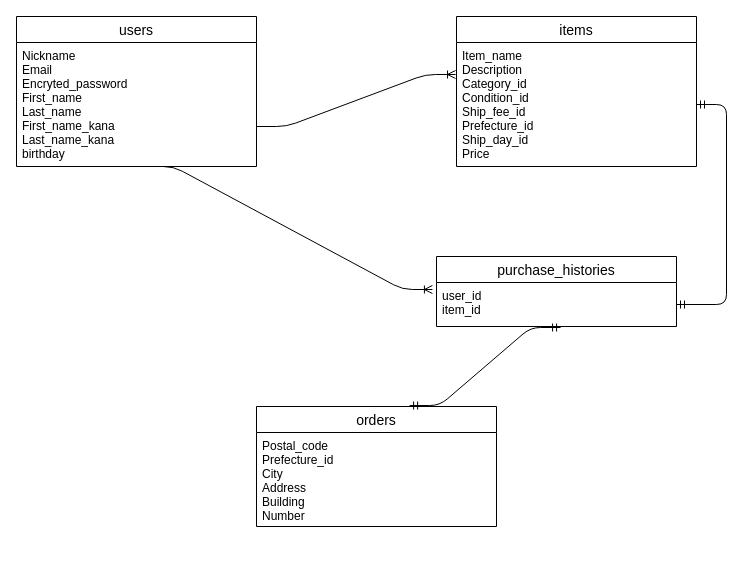
ogguraaaaa/furima-36552 keeps this draw.io diagram as ER図.dio. Above is the earlier version. Source tidied: cells renumbered, new cells numbered last; positions are measured from the earlier drawing's top-left corner, leaving out a move shared by most shapes. Both pictures are drawn from the tidied source at 100%, with x=0, y=0 at pixel (16, 16).
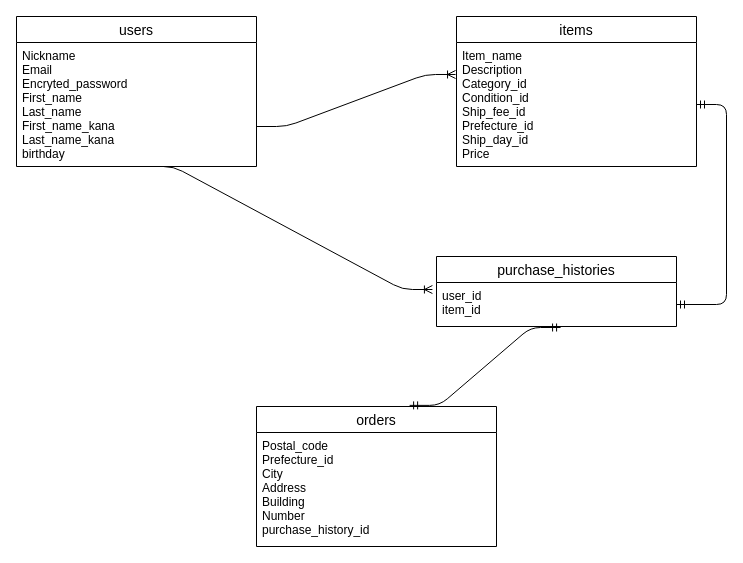
After the change.

Commit message (it also covers changes not shown here):
2件追加コメントの修正

Change to the diagram source:
```diff
@@
 <mxGraphModel>
   <root>
     <mxCell id="0" />
     <mxCell id="1" parent="0" />
     <mxCell id="2" value="users" style="swimlane;fontStyle=0;horizontal=1;startSize=26;align=center;fontSize=14;" parent="1" vertex="1">
       <mxGeometry width="240" height="150" as="geometry" />
     </mxCell>
     <mxCell id="3" value="Nickname&#10;Email&#10;Encryted_password&#10;First_name&#10;Last_name&#10;First_name_kana&#10;Last_name_kana&#10;birthday&#10;" style="text;strokeColor=none;fillColor=none;spacingLeft=4;spacingRight=4;overflow=hidden;points=[[0,0.5],[1,0.5]];portConstraint=eastwest;fontSize=12;" parent="2" vertex="1">
       <mxGeometry y="26" width="240" height="124" as="geometry" />
     </mxCell>
     <mxCell id="4" value="items" style="swimlane;fontStyle=0;horizontal=1;startSize=26;align=center;fontSize=14;" parent="1" vertex="1">
       <mxGeometry x="440" width="240" height="150" as="geometry" />
     </mxCell>
     <mxCell id="5" value="Item_name&#10;Description&#10;Category_id&#10;Condition_id&#10;Ship_fee_id&#10;Prefecture_id&#10;Ship_day_id&#10;Price&#10;" style="text;strokeColor=none;fillColor=none;spacingLeft=4;spacingRight=4;overflow=hidden;points=[[0,0.5],[1,0.5]];portConstraint=eastwest;fontSize=12;" parent="4" vertex="1">
       <mxGeometry y="26" width="240" height="124" as="geometry" />
     </mxCell>
     <mxCell id="6" value="orders" style="swimlane;fontStyle=0;horizontal=1;startSize=26;align=center;fontSize=14;" parent="1" vertex="1">
-      <mxGeometry x="240" y="390" width="240" height="120" as="geometry" />
+      <mxGeometry x="240" y="390" width="240" height="140" as="geometry" />
     </mxCell>
-    <mxCell id="7" value="Postal_code&#10;Prefecture_id&#10;City&#10;Address&#10;Building&#10;Number" style="text;strokeColor=none;fillColor=none;spacingLeft=4;spacingRight=4;overflow=hidden;fontSize=12;" parent="6" vertex="1">
-      <mxGeometry y="26" width="240" height="94" as="geometry" />
+    <mxCell id="7" value="Postal_code&#10;Prefecture_id&#10;City&#10;Address&#10;Building&#10;Number&#10;purchase_history_id" style="text;strokeColor=none;fillColor=none;spacingLeft=4;spacingRight=4;overflow=hidden;fontSize=12;" parent="6" vertex="1">
+      <mxGeometry y="26" width="240" height="114" as="geometry" />
     </mxCell>
     <mxCell id="8" value="purchase_histories" style="swimlane;fontStyle=0;horizontal=1;startSize=26;align=center;fontSize=14;" parent="1" vertex="1">
       <mxGeometry x="420" y="240" width="240" height="70" as="geometry" />
     </mxCell>
     <mxCell id="9" value="user_id&#10;item_id" style="text;strokeColor=none;fillColor=none;spacingLeft=4;spacingRight=4;overflow=hidden;points=[[0,0.5],[1,0.5]];portConstraint=eastwest;fontSize=12;" parent="8" vertex="1">
       <mxGeometry y="26" width="240" height="44" as="geometry" />
     </mxCell>
     <mxCell id="10" style="edgeStyle=entityRelationEdgeStyle;fontSize=12;html=1;endArrow=ERoneToMany;entryX=-0.004;entryY=0.258;entryDx=0;entryDy=0;entryPerimeter=0;" parent="1" edge="1" target="5">
       <mxGeometry relative="1" as="geometry">
         <mxPoint x="240" y="110" as="sourcePoint" />
       </mxGeometry>
     </mxCell>
     <mxCell id="11" style="edgeStyle=entityRelationEdgeStyle;fontSize=12;html=1;endArrow=ERmandOne;startArrow=ERmandOne;entryX=0.517;entryY=1.023;entryDx=0;entryDy=0;entryPerimeter=0;exitX=0.638;exitY=-0.008;exitDx=0;exitDy=0;exitPerimeter=0;" parent="1" edge="1" source="6" target="9">
       <mxGeometry relative="1" as="geometry" />
     </mxCell>
     <mxCell id="12" style="edgeStyle=entityRelationEdgeStyle;fontSize=12;html=1;endArrow=ERoneToMany;exitX=0.529;exitY=1;exitDx=0;exitDy=0;exitPerimeter=0;entryX=-0.017;entryY=0.159;entryDx=0;entryDy=0;entryPerimeter=0;" parent="1" edge="1" source="3" target="9">
       <mxGeometry relative="1" as="geometry" />
     </mxCell>
     <mxCell id="13" style="edgeStyle=entityRelationEdgeStyle;fontSize=12;html=1;endArrow=ERmandOne;startArrow=ERmandOne;" parent="1" edge="1" source="9" target="5">
       <mxGeometry relative="1" as="geometry" />
     </mxCell>
   </root>
 </mxGraphModel>
```
